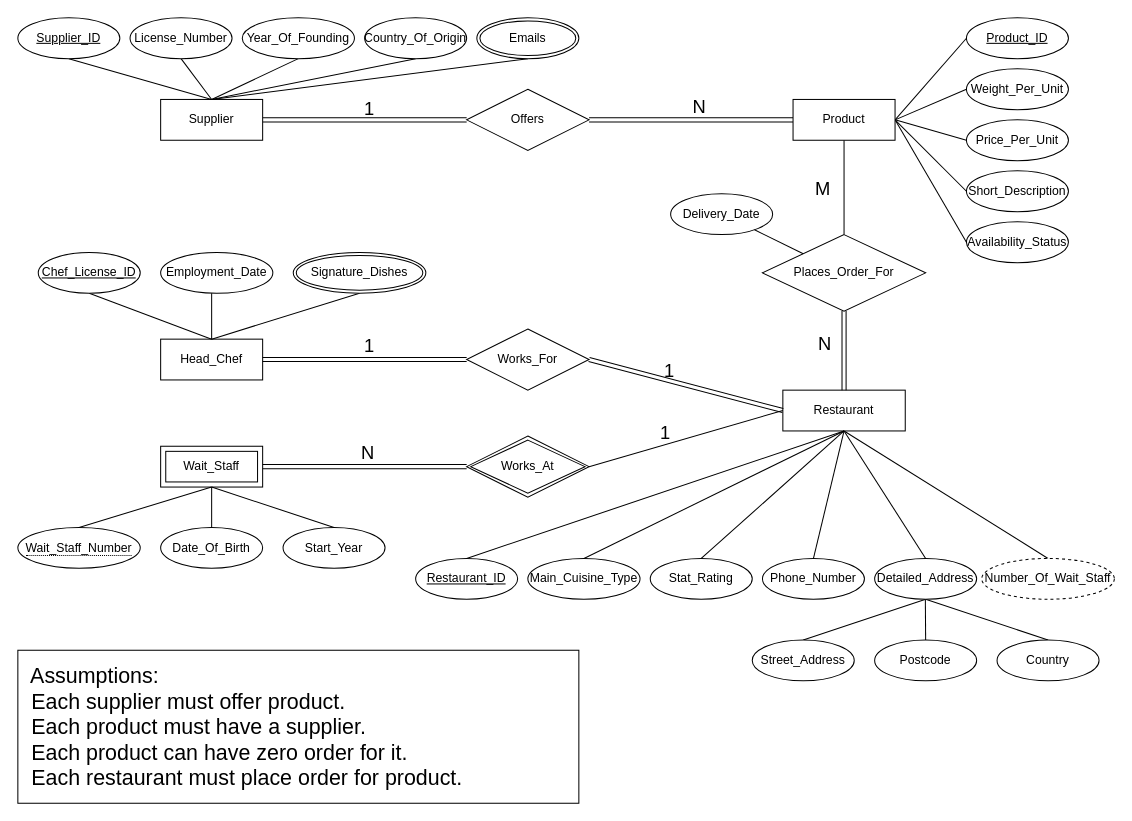
Above: Untitled Diagram.drawio in Jack-UNSW/ohmyzsh (draw.io), before the change. Source tidied: cells renumbered, new cells numbered last; positions are measured from the earlier drawing's top-left corner, leaving out a move shared by most shapes. Both pictures are drawn from the tidied source at 102%, with x=0, y=0 at pixel (17, 17).
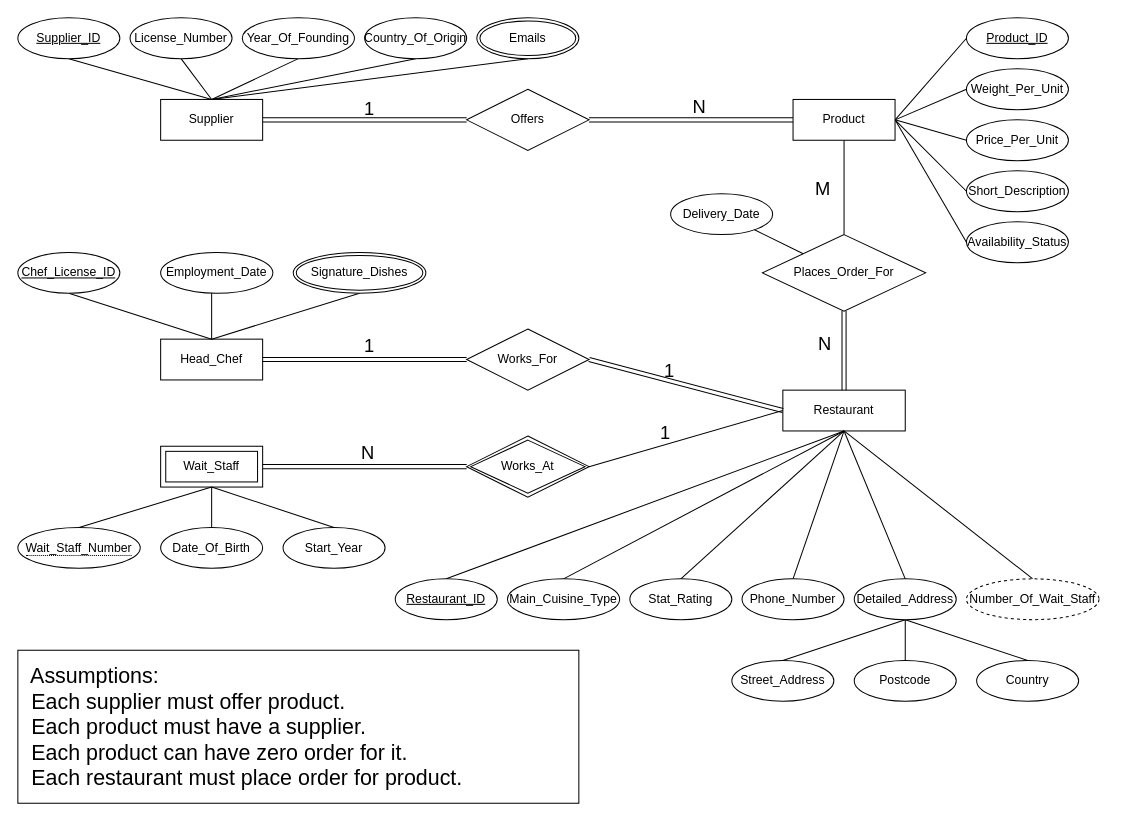
The same diagram, later.

Change to the diagram source:
```diff
@@
-    <mxCell id="2" style="edgeStyle=none;rounded=0;jettySize=auto;html=1;exitX=0.5;exitY=0;exitDx=0;exitDy=0;endArrow=none;endFill=0;" parent="1" edge="1" source="3">
-      <mxGeometry relative="1" as="geometry">
-        <mxPoint x="889.7" y="570" as="targetPoint" />
-      </mxGeometry>
+    <mxCell id="2" style="edgeStyle=none;rounded=0;jettySize=auto;html=1;exitX=0.5;exitY=0;exitDx=0;exitDy=0;endArrow=none;endFill=0;entryX=0.5;entryY=1;entryDx=0;entryDy=0;" parent="1" edge="1" source="3" target="54">
+      <mxGeometry relative="1" as="geometry" />
     </mxCell>
     <mxCell id="3" value="Postcode" style="ellipse;whiteSpace=wrap;html=1;align=center;" parent="1" vertex="1">
-      <mxGeometry x="840" y="610" width="100" height="40" as="geometry" />
+      <mxGeometry x="820" y="630" width="100" height="40" as="geometry" />
     </mxCell>
@@
     <mxCell id="45" value="Restaurant_ID" style="ellipse;whiteSpace=wrap;html=1;align=center;fontStyle=4;" parent="1" vertex="1">
-      <mxGeometry x="390" y="530" width="100" height="40" as="geometry" />
+      <mxGeometry x="370" y="550" width="100" height="40" as="geometry" />
     </mxCell>
@@
     <mxCell id="47" value="Main_Cuisine_Type" style="ellipse;whiteSpace=wrap;html=1;align=center;" parent="1" vertex="1">
-      <mxGeometry x="500" y="530" width="110" height="40" as="geometry" />
+      <mxGeometry x="480" y="550" width="110" height="40" as="geometry" />
     </mxCell>
@@
     <mxCell id="49" value="Stat_Rating" style="ellipse;whiteSpace=wrap;html=1;align=center;" parent="1" vertex="1">
-      <mxGeometry x="620" y="530" width="100" height="40" as="geometry" />
+      <mxGeometry x="600" y="550" width="100" height="40" as="geometry" />
     </mxCell>
@@
     <mxCell id="51" value="Phone_Number" style="ellipse;whiteSpace=wrap;html=1;align=center;" parent="1" vertex="1">
-      <mxGeometry x="730" y="530" width="100" height="40" as="geometry" />
+      <mxGeometry x="710" y="550" width="100" height="40" as="geometry" />
     </mxCell>
@@
     <mxCell id="54" value="Detailed_Address" style="ellipse;whiteSpace=wrap;html=1;align=center;" parent="1" vertex="1">
-      <mxGeometry x="840" y="530" width="100" height="40" as="geometry" />
+      <mxGeometry x="820" y="550" width="100" height="40" as="geometry" />
     </mxCell>
     <mxCell id="55" value="Street_Address" style="ellipse;whiteSpace=wrap;html=1;align=center;" parent="1" vertex="1">
-      <mxGeometry x="720" y="610" width="100" height="40" as="geometry" />
+      <mxGeometry x="700" y="630" width="100" height="40" as="geometry" />
     </mxCell>
     <mxCell id="56" value="Country" style="ellipse;whiteSpace=wrap;html=1;align=center;" parent="1" vertex="1">
-      <mxGeometry x="960" y="610" width="100" height="40" as="geometry" />
+      <mxGeometry x="940" y="630" width="100" height="40" as="geometry" />
     </mxCell>
@@
     <mxCell id="58" value="Chef_License_ID" style="ellipse;whiteSpace=wrap;html=1;align=center;fontStyle=4;" parent="1" vertex="1">
-      <mxGeometry x="20" y="230" width="100" height="40" as="geometry" />
+      <mxGeometry y="230" width="100" height="40" as="geometry" />
     </mxCell>
@@
     <mxCell id="64" value="Number_Of_Wait_Staff" style="ellipse;whiteSpace=wrap;html=1;align=center;dashed=1;" parent="1" vertex="1">
-      <mxGeometry x="945" y="530" width="130" height="40" as="geometry" />
+      <mxGeometry x="930" y="550" width="130" height="40" as="geometry" />
     </mxCell>
```
